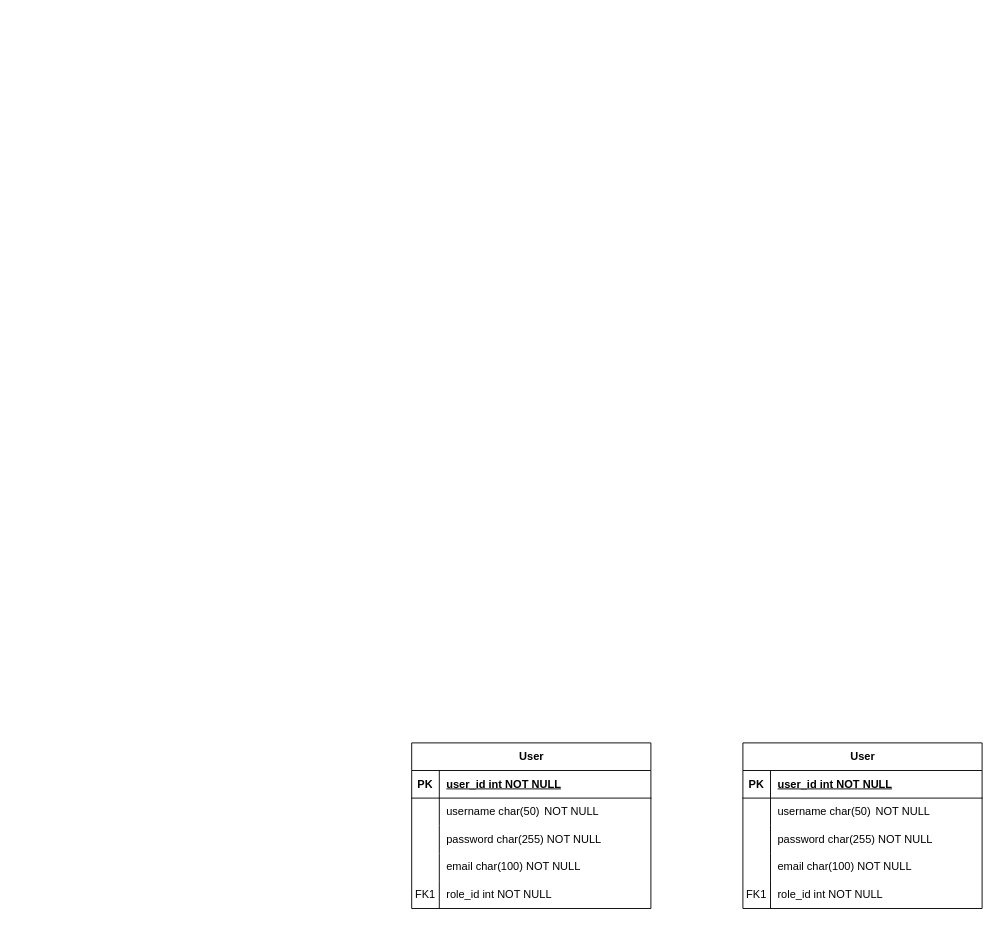
Earlier version of the draw.io diagram ERD/ERD.drawio (RodrigoFAbreu/CMS). Source tidied: cells renumbered, new cells numbered last; positions are measured from the earlier drawing's top-left corner, leaving out a move shared by most shapes. Both pictures are drawn from the tidied source at 92%, with x=0, y=0 at pixel (411, 742).
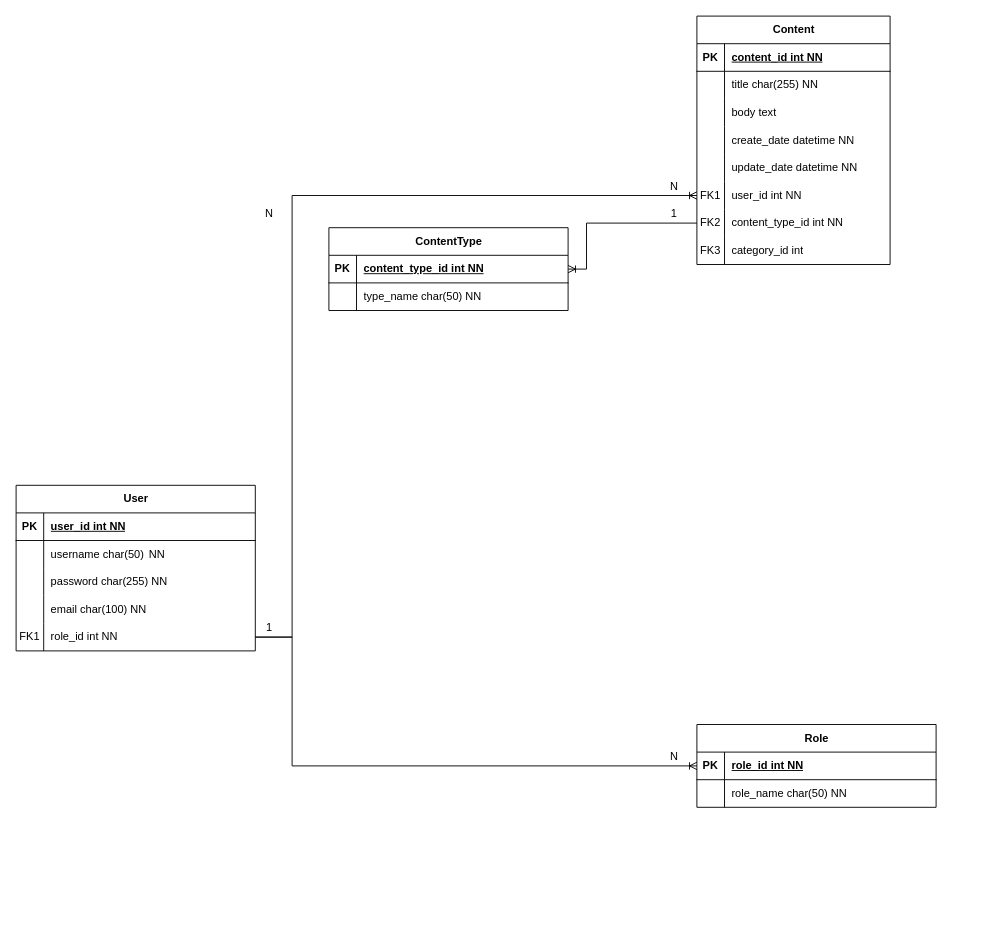
After the change.

The change refers to these unchanged cells:
```xml
<mxCell id="3" style="shape=tableRow;horizontal=0;startSize=0;swimlaneHead=0;swimlaneBody=0;fillColor=none;top=0;left=0;right=0;bottom=1;" parent="2" vertex="1">
  <mxGeometry y="30" width="260" height="30" as="geometry" />
</mxCell>
<mxCell id="6" style="shape=tableRow;horizontal=0;startSize=0;swimlaneHead=0;swimlaneBody=0;fillColor=none;top=0;left=0;right=0;bottom=0;" parent="2" vertex="1">
  <mxGeometry y="60" width="260" height="30" as="geometry" />
</mxCell>
<mxCell id="9" style="shape=tableRow;horizontal=0;startSize=0;swimlaneHead=0;swimlaneBody=0;fillColor=none;top=0;left=0;right=0;bottom=0;" parent="2" vertex="1">
  <mxGeometry y="90" width="260" height="30" as="geometry" />
</mxCell>
<mxCell id="12" style="shape=tableRow;horizontal=0;startSize=0;swimlaneHead=0;swimlaneBody=0;fillColor=none;top=0;left=0;right=0;bottom=0;" parent="2" vertex="1">
  <mxGeometry y="120" width="260" height="30" as="geometry" />
</mxCell>
<mxCell id="15" style="shape=tableRow;horizontal=0;startSize=0;swimlaneHead=0;swimlaneBody=0;fillColor=none;points=[[0,0.5],[1,0.5]];portConstraint=eastwest;top=0;left=0;right=0;bottom=0;" parent="2" vertex="1">
  <mxGeometry y="150" width="260" height="30" as="geometry" />
</mxCell>
<mxCell id="19" style="shape=tableRow;horizontal=0;startSize=0;swimlaneHead=0;swimlaneBody=0;fillColor=none;points=[[0,0.5],[1,0.5]];portConstraint=eastwest;top=0;left=0;right=0;bottom=1;" parent="18" vertex="1">
  <mxGeometry y="30" width="260" height="30" as="geometry" />
</mxCell>
<mxCell id="22" style="shape=tableRow;horizontal=0;startSize=0;swimlaneHead=0;swimlaneBody=0;fillColor=none;top=0;left=0;right=0;bottom=0;" parent="18" vertex="1">
  <mxGeometry y="60" width="260" height="30" as="geometry" />
</mxCell>
```

What changed in the source:
```diff
@@
     <mxCell id="2" value="User" style="shape=table;startSize=30;childLayout=tableLayout;rowLines=0;fontStyle=1;align=center;html=1;" parent="1" vertex="1">
-      <mxGeometry width="260" height="180" as="geometry" />
+      <mxGeometry x="-430" y="-280" width="260" height="180" as="geometry" />
     </mxCell>
@@
-    <mxCell id="5" value="user_id int NOT NULL" style="shape=partialRectangle;fillColor=none;top=0;left=0;bottom=0;right=0;align=left;spacingLeft=6;fontStyle=5;overflow=hidden;whiteSpace=wrap;html=1;" parent="3" vertex="1">
+    <mxCell id="5" value="user_id int NN" style="shape=partialRectangle;fillColor=none;top=0;left=0;bottom=0;right=0;align=left;spacingLeft=6;fontStyle=5;overflow=hidden;whiteSpace=wrap;html=1;" parent="3" vertex="1">
       <mxGeometry x="30" width="230" height="30" as="geometry" />
     </mxCell>
@@
-    <mxCell id="8" value="username char(50)&amp;nbsp;&lt;span style=&quot;white-space: pre;&quot;&gt;&#9;&lt;/span&gt;NOT NULL" style="shape=partialRectangle;fillColor=none;top=0;left=0;bottom=0;right=0;align=left;spacingLeft=6;overflow=hidden;whiteSpace=wrap;html=1;" parent="6" vertex="1">
+    <mxCell id="8" value="username char(50)&amp;nbsp;&lt;span style=&quot;white-space: pre;&quot;&gt;&#9;&lt;/span&gt;NN" style="shape=partialRectangle;fillColor=none;top=0;left=0;bottom=0;right=0;align=left;spacingLeft=6;overflow=hidden;whiteSpace=wrap;html=1;" parent="6" vertex="1">
       <mxGeometry x="30" width="230" height="30" as="geometry" />
     </mxCell>
@@
-    <mxCell id="11" value="password&amp;nbsp;char(255) NOT NULL" style="shape=partialRectangle;fillColor=none;top=0;left=0;bottom=0;right=0;align=left;spacingLeft=6;overflow=hidden;whiteSpace=wrap;html=1;" parent="9" vertex="1">
+    <mxCell id="11" value="password&amp;nbsp;char(255) NN" style="shape=partialRectangle;fillColor=none;top=0;left=0;bottom=0;right=0;align=left;spacingLeft=6;overflow=hidden;whiteSpace=wrap;html=1;" parent="9" vertex="1">
       <mxGeometry x="30" width="230" height="30" as="geometry" />
     </mxCell>
@@
-    <mxCell id="14" value="email char(100) NOT NULL" style="shape=partialRectangle;fillColor=none;top=0;left=0;bottom=0;right=0;align=left;spacingLeft=6;overflow=hidden;whiteSpace=wrap;html=1;" parent="12" vertex="1">
+    <mxCell id="14" value="email char(100) NN" style="shape=partialRectangle;fillColor=none;top=0;left=0;bottom=0;right=0;align=left;spacingLeft=6;overflow=hidden;whiteSpace=wrap;html=1;" parent="12" vertex="1">
       <mxGeometry x="30" width="230" height="30" as="geometry" />
     </mxCell>
@@
-    <mxCell id="17" value="role_id int NOT NULL" style="shape=partialRectangle;fillColor=none;top=0;left=0;bottom=0;right=0;align=left;spacingLeft=6;overflow=hidden;whiteSpace=wrap;html=1;" parent="15" vertex="1">
+    <mxCell id="17" value="role_id int NN" style="shape=partialRectangle;fillColor=none;top=0;left=0;bottom=0;right=0;align=left;spacingLeft=6;overflow=hidden;whiteSpace=wrap;html=1;" parent="15" vertex="1">
       <mxGeometry x="30" width="230" height="30" as="geometry" />
     </mxCell>
-    <mxCell id="18" value="User" style="shape=table;startSize=30;childLayout=tableLayout;rowLines=0;fontStyle=1;align=center;html=1;" parent="1" vertex="1">
-      <mxGeometry x="360" width="260" height="180" as="geometry" />
+    <mxCell id="18" value="Role" style="shape=table;startSize=30;childLayout=tableLayout;rowLines=0;fontStyle=1;align=center;html=1;" parent="1" vertex="1">
+      <mxGeometry x="310" y="-20" width="260" height="90" as="geometry" />
     </mxCell>
@@
-    <mxCell id="21" value="user_id int NOT NULL" style="shape=partialRectangle;fillColor=none;top=0;left=0;bottom=0;right=0;align=left;spacingLeft=6;fontStyle=5;overflow=hidden;whiteSpace=wrap;html=1;" parent="19" vertex="1">
+    <mxCell id="21" value="role_id int NN" style="shape=partialRectangle;fillColor=none;top=0;left=0;bottom=0;right=0;align=left;spacingLeft=6;fontStyle=5;overflow=hidden;whiteSpace=wrap;html=1;" parent="19" vertex="1">
       <mxGeometry x="30" width="230" height="30" as="geometry" />
     </mxCell>
@@
-    <mxCell id="24" value="username char(50)&amp;nbsp;&lt;span style=&quot;white-space: pre;&quot;&gt;&#9;&lt;/span&gt;NOT NULL" style="shape=partialRectangle;fillColor=none;top=0;left=0;bottom=0;right=0;align=left;spacingLeft=6;overflow=hidden;whiteSpace=wrap;html=1;" parent="22" vertex="1">
+    <mxCell id="24" value="role_name char(50)&amp;nbsp;NN" style="shape=partialRectangle;fillColor=none;top=0;left=0;bottom=0;right=0;align=left;spacingLeft=6;overflow=hidden;whiteSpace=wrap;html=1;" parent="22" vertex="1">
       <mxGeometry x="30" width="230" height="30" as="geometry" />
     </mxCell>
-    <mxCell id="25" style="shape=tableRow;horizontal=0;startSize=0;swimlaneHead=0;swimlaneBody=0;fillColor=none;top=0;left=0;right=0;bottom=0;" parent="18" vertex="1">
-      <mxGeometry y="90" width="260" height="30" as="geometry" />
-    </mxCell>
-    <mxCell id="26" style="shape=partialRectangle;fillColor=none;top=0;left=0;bottom=0;right=0;overflow=hidden;whiteSpace=wrap;html=1;" parent="25" vertex="1">
-      <mxGeometry width="30" height="30" as="geometry" />
-    </mxCell>
-    <mxCell id="27" value="password&amp;nbsp;char(255) NOT NULL" style="shape=partialRectangle;fillColor=none;top=0;left=0;bottom=0;right=0;align=left;spacingLeft=6;overflow=hidden;whiteSpace=wrap;html=1;" parent="25" vertex="1">
-      <mxGeometry x="30" width="230" height="30" as="geometry" />
-    </mxCell>
-    <mxCell id="28" style="shape=tableRow;horizontal=0;startSize=0;swimlaneHead=0;swimlaneBody=0;fillColor=none;top=0;left=0;right=0;bottom=0;" parent="18" vertex="1">
-      <mxGeometry y="120" width="260" height="30" as="geometry" />
-    </mxCell>
-    <mxCell id="29" style="shape=partialRectangle;fillColor=none;top=0;left=0;bottom=0;right=0;overflow=hidden;whiteSpace=wrap;html=1;" parent="28" vertex="1">
-      <mxGeometry width="30" height="30" as="geometry" />
-    </mxCell>
-    <mxCell id="30" value="email char(100) NOT NULL" style="shape=partialRectangle;fillColor=none;top=0;left=0;bottom=0;right=0;align=left;spacingLeft=6;overflow=hidden;whiteSpace=wrap;html=1;" parent="28" vertex="1">
-      <mxGeometry x="30" width="230" height="30" as="geometry" />
-    </mxCell>
-    <mxCell id="31" style="shape=tableRow;horizontal=0;startSize=0;swimlaneHead=0;swimlaneBody=0;fillColor=none;top=0;left=0;right=0;bottom=0;" parent="18" vertex="1">
-      <mxGeometry y="150" width="260" height="30" as="geometry" />
-    </mxCell>
+    <mxCell id="34" style="edgeStyle=orthogonalEdgeStyle;fontSize=12;html=1;endArrow=ERoneToMany;rounded=0;exitX=1;exitY=0.5;exitDx=0;exitDy=0;entryX=0;entryY=0.5;entryDx=0;entryDy=0;" parent="1" edge="1" source="15" target="19">
+      <mxGeometry relative="1" as="geometry">
+        <Array as="points">
+          <mxPoint x="-130" y="-115" />
+          <mxPoint x="-130" y="25" />
+        </Array>
+      </mxGeometry>
+    </mxCell>
+    <mxCell id="35" value="Content" style="shape=table;startSize=30;childLayout=tableLayout;rowLines=0;fontStyle=1;align=center;html=1;" parent="1" vertex="1">
+      <mxGeometry x="310" y="-790" width="210" height="270" as="geometry" />
+    </mxCell>
+    <mxCell id="36" style="shape=tableRow;horizontal=0;startSize=0;swimlaneHead=0;swimlaneBody=0;fillColor=none;top=0;left=0;right=0;bottom=1;" parent="35" vertex="1">
+      <mxGeometry y="30" width="210" height="30" as="geometry" />
+    </mxCell>
+    <mxCell id="37" value="PK" style="shape=partialRectangle;fillColor=none;top=0;left=0;bottom=0;right=0;fontStyle=1;overflow=hidden;whiteSpace=wrap;html=1;" parent="36" vertex="1">
+      <mxGeometry width="30" height="30" as="geometry" />
+    </mxCell>
+    <mxCell id="38" value="content_id int NN" style="shape=partialRectangle;fillColor=none;top=0;left=0;bottom=0;right=0;align=left;spacingLeft=6;fontStyle=5;overflow=hidden;whiteSpace=wrap;html=1;" parent="36" vertex="1">
+      <mxGeometry x="30" width="180" height="30" as="geometry" />
+    </mxCell>
+    <mxCell id="39" style="shape=tableRow;horizontal=0;startSize=0;swimlaneHead=0;swimlaneBody=0;fillColor=none;top=0;left=0;right=0;bottom=0;" parent="35" vertex="1">
+      <mxGeometry y="60" width="210" height="30" as="geometry" />
+    </mxCell>
+    <mxCell id="40" style="shape=partialRectangle;fillColor=none;top=0;left=0;bottom=0;right=0;overflow=hidden;whiteSpace=wrap;html=1;" parent="39" vertex="1">
+      <mxGeometry width="30" height="30" as="geometry" />
+    </mxCell>
+    <mxCell id="41" value="title char(255) NN" style="shape=partialRectangle;fillColor=none;top=0;left=0;bottom=0;right=0;align=left;spacingLeft=6;overflow=hidden;whiteSpace=wrap;html=1;" parent="39" vertex="1">
+      <mxGeometry x="30" width="180" height="30" as="geometry" />
+    </mxCell>
+    <mxCell id="42" style="shape=tableRow;horizontal=0;startSize=0;swimlaneHead=0;swimlaneBody=0;fillColor=none;top=0;left=0;right=0;bottom=0;" parent="35" vertex="1">
+      <mxGeometry y="90" width="210" height="30" as="geometry" />
+    </mxCell>
+    <mxCell id="43" style="shape=partialRectangle;fillColor=none;top=0;left=0;bottom=0;right=0;overflow=hidden;whiteSpace=wrap;html=1;" parent="42" vertex="1">
+      <mxGeometry width="30" height="30" as="geometry" />
+    </mxCell>
+    <mxCell id="44" value="body text" style="shape=partialRectangle;fillColor=none;top=0;left=0;bottom=0;right=0;align=left;spacingLeft=6;overflow=hidden;whiteSpace=wrap;html=1;" parent="42" vertex="1">
+      <mxGeometry x="30" width="180" height="30" as="geometry" />
+    </mxCell>
+    <mxCell id="45" style="shape=tableRow;horizontal=0;startSize=0;swimlaneHead=0;swimlaneBody=0;fillColor=none;top=0;left=0;right=0;bottom=0;" parent="35" vertex="1">
+      <mxGeometry y="120" width="210" height="30" as="geometry" />
+    </mxCell>
+    <mxCell id="46" style="shape=partialRectangle;fillColor=none;top=0;left=0;bottom=0;right=0;overflow=hidden;whiteSpace=wrap;html=1;" parent="45" vertex="1">
+      <mxGeometry width="30" height="30" as="geometry" />
+    </mxCell>
+    <mxCell id="47" value="create_date datetime NN" style="shape=partialRectangle;fillColor=none;top=0;left=0;bottom=0;right=0;align=left;spacingLeft=6;overflow=hidden;whiteSpace=wrap;html=1;" parent="45" vertex="1">
+      <mxGeometry x="30" width="180" height="30" as="geometry" />
+    </mxCell>
+    <mxCell id="48" style="shape=tableRow;horizontal=0;startSize=0;swimlaneHead=0;swimlaneBody=0;fillColor=none;top=0;left=0;right=0;bottom=0;" parent="35" vertex="1">
+      <mxGeometry y="150" width="210" height="30" as="geometry" />
+    </mxCell>
+    <mxCell id="49" style="shape=partialRectangle;fillColor=none;top=0;left=0;bottom=0;right=0;overflow=hidden;whiteSpace=wrap;html=1;" parent="48" vertex="1">
+      <mxGeometry width="30" height="30" as="geometry" />
+    </mxCell>
+    <mxCell id="50" value="update_date datetime NN" style="shape=partialRectangle;fillColor=none;top=0;left=0;bottom=0;right=0;align=left;spacingLeft=6;overflow=hidden;whiteSpace=wrap;html=1;" parent="48" vertex="1">
+      <mxGeometry x="30" width="180" height="30" as="geometry" />
+    </mxCell>
+    <mxCell id="51" style="shape=tableRow;horizontal=0;startSize=0;swimlaneHead=0;swimlaneBody=0;fillColor=none;points=[[0,0.5],[1,0.5]];portConstraint=eastwest;top=0;left=0;right=0;bottom=0;" parent="35" vertex="1">
+      <mxGeometry y="180" width="210" height="30" as="geometry" />
+    </mxCell>
-    <mxCell id="32" value="FK1" style="shape=partialRectangle;fillColor=none;top=0;left=0;bottom=0;right=0;overflow=hidden;whiteSpace=wrap;html=1;perimeterSpacing=0;" parent="31" vertex="1">
+    <mxCell id="32" value="FK1" style="shape=partialRectangle;fillColor=none;top=0;left=0;bottom=0;right=0;overflow=hidden;whiteSpace=wrap;html=1;" parent="51" vertex="1">
       <mxGeometry width="30" height="30" as="geometry" />
     </mxCell>
-    <mxCell id="33" value="role_id int NOT NULL" style="shape=partialRectangle;fillColor=none;top=0;left=0;bottom=0;right=0;align=left;spacingLeft=6;overflow=hidden;whiteSpace=wrap;html=1;" parent="31" vertex="1">
-      <mxGeometry x="30" width="230" height="30" as="geometry" />
-    </mxCell>
+    <mxCell id="52" value="user_id int NN" style="shape=partialRectangle;fillColor=none;top=0;left=0;bottom=0;right=0;align=left;spacingLeft=6;overflow=hidden;whiteSpace=wrap;html=1;" parent="51" vertex="1">
+      <mxGeometry x="30" width="180" height="30" as="geometry" />
+    </mxCell>
+    <mxCell id="53" style="shape=tableRow;horizontal=0;startSize=0;swimlaneHead=0;swimlaneBody=0;fillColor=none;points=[[0,0.5],[1,0.5]];portConstraint=eastwest;top=0;left=0;right=0;bottom=0;" parent="35" vertex="1">
+      <mxGeometry y="210" width="210" height="30" as="geometry" />
+    </mxCell>
+    <mxCell id="54" value="FK2" style="shape=partialRectangle;fillColor=none;top=0;left=0;bottom=0;right=0;overflow=hidden;whiteSpace=wrap;html=1;" parent="53" vertex="1">
+      <mxGeometry width="30" height="30" as="geometry" />
+    </mxCell>
+    <mxCell id="55" value="content_type_id int NN" style="shape=partialRectangle;fillColor=none;top=0;left=0;bottom=0;right=0;align=left;spacingLeft=6;overflow=hidden;whiteSpace=wrap;html=1;" parent="53" vertex="1">
+      <mxGeometry x="30" width="180" height="30" as="geometry" />
+    </mxCell>
+    <mxCell id="56" style="shape=tableRow;horizontal=0;startSize=0;swimlaneHead=0;swimlaneBody=0;fillColor=none;top=0;left=0;right=0;bottom=0;" parent="35" vertex="1">
+      <mxGeometry y="240" width="210" height="30" as="geometry" />
+    </mxCell>
+    <mxCell id="57" value="FK3" style="shape=partialRectangle;fillColor=none;top=0;left=0;bottom=0;right=0;overflow=hidden;whiteSpace=wrap;html=1;" parent="56" vertex="1">
+      <mxGeometry width="30" height="30" as="geometry" />
+    </mxCell>
+    <mxCell id="58" value="category_id int" style="shape=partialRectangle;fillColor=none;top=0;left=0;bottom=0;right=0;align=left;spacingLeft=6;overflow=hidden;whiteSpace=wrap;html=1;" parent="56" vertex="1">
+      <mxGeometry x="30" width="180" height="30" as="geometry" />
+    </mxCell>
+    <mxCell id="59" style="edgeStyle=orthogonalEdgeStyle;rounded=0;jettySize=auto;html=1;exitX=1;exitY=0.5;exitDx=0;exitDy=0;entryX=0;entryY=0.5;entryDx=0;entryDy=0;endArrow=ERoneToMany;endFill=0;" parent="1" edge="1" source="15" target="51">
+      <mxGeometry relative="1" as="geometry">
+        <Array as="points">
+          <mxPoint x="-130" y="-115" />
+          <mxPoint x="-130" y="-595" />
+        </Array>
+      </mxGeometry>
+    </mxCell>
+    <mxCell id="60" value="ContentType" style="shape=table;startSize=30;childLayout=tableLayout;rowLines=0;fontStyle=1;align=center;html=1;" parent="1" vertex="1">
+      <mxGeometry x="-90" y="-560" width="260" height="90" as="geometry" />
+    </mxCell>
+    <mxCell id="61" style="shape=tableRow;horizontal=0;startSize=0;swimlaneHead=0;swimlaneBody=0;fillColor=none;points=[[0,0.5],[1,0.5]];portConstraint=eastwest;top=0;left=0;right=0;bottom=1;" parent="60" vertex="1">
+      <mxGeometry y="30" width="260" height="30" as="geometry" />
+    </mxCell>
+    <mxCell id="62" value="PK" style="shape=partialRectangle;fillColor=none;top=0;left=0;bottom=0;right=0;fontStyle=1;overflow=hidden;whiteSpace=wrap;html=1;" parent="61" vertex="1">
+      <mxGeometry width="30" height="30" as="geometry" />
+    </mxCell>
+    <mxCell id="63" value="content_type_id int NN" style="shape=partialRectangle;fillColor=none;top=0;left=0;bottom=0;right=0;align=left;spacingLeft=6;fontStyle=5;overflow=hidden;whiteSpace=wrap;html=1;" parent="61" vertex="1">
+      <mxGeometry x="30" width="230" height="30" as="geometry" />
+    </mxCell>
+    <mxCell id="64" style="shape=tableRow;horizontal=0;startSize=0;swimlaneHead=0;swimlaneBody=0;fillColor=none;top=0;left=0;right=0;bottom=0;" parent="60" vertex="1">
+      <mxGeometry y="60" width="260" height="30" as="geometry" />
+    </mxCell>
+    <mxCell id="65" style="shape=partialRectangle;fillColor=none;top=0;left=0;bottom=0;right=0;overflow=hidden;whiteSpace=wrap;html=1;" parent="64" vertex="1">
+      <mxGeometry width="30" height="30" as="geometry" />
+    </mxCell>
+    <mxCell id="66" value="type_name char(50)&amp;nbsp;NN" style="shape=partialRectangle;fillColor=none;top=0;left=0;bottom=0;right=0;align=left;spacingLeft=6;overflow=hidden;whiteSpace=wrap;html=1;" parent="64" vertex="1">
+      <mxGeometry x="30" width="230" height="30" as="geometry" />
+    </mxCell>
+    <mxCell id="67" style="edgeStyle=orthogonalEdgeStyle;rounded=0;jettySize=auto;html=1;exitX=1;exitY=0.5;exitDx=0;exitDy=0;entryX=0;entryY=0.5;entryDx=0;entryDy=0;endArrow=none;endFill=0;startArrow=ERoneToMany;startFill=0;" parent="1" edge="1" source="61" target="53">
+      <mxGeometry relative="1" as="geometry">
+        <Array as="points">
+          <mxPoint x="190" y="-515" />
+          <mxPoint x="190" y="-565" />
+        </Array>
+      </mxGeometry>
+    </mxCell>
+    <mxCell id="68" value="1" style="text;html=1;align=center;verticalAlign=middle;strokeColor=none;fillColor=none;" parent="1" vertex="1">
+      <mxGeometry x="-170" y="-140" width="30" height="30" as="geometry" />
+    </mxCell>
+    <mxCell id="69" value="N" style="text;html=1;align=center;verticalAlign=middle;strokeColor=none;fillColor=none;" parent="1" vertex="1">
+      <mxGeometry x="270" width="30" height="30" as="geometry" />
+    </mxCell>
+    <mxCell id="70" value="N" style="text;html=1;align=center;verticalAlign=middle;strokeColor=none;fillColor=none;" parent="1" vertex="1">
+      <mxGeometry x="270" y="-620" width="30" height="30" as="geometry" />
+    </mxCell>
+    <mxCell id="71" value="1" style="text;html=1;align=center;verticalAlign=middle;strokeColor=none;fillColor=none;" parent="1" vertex="1">
+      <mxGeometry x="270" y="-590" width="30" height="30" as="geometry" />
+    </mxCell>
+    <mxCell id="72" value="N" style="text;html=1;align=center;verticalAlign=middle;strokeColor=none;fillColor=none;" parent="1" vertex="1">
+      <mxGeometry x="-170" y="-590" width="30" height="30" as="geometry" />
+    </mxCell>
```
